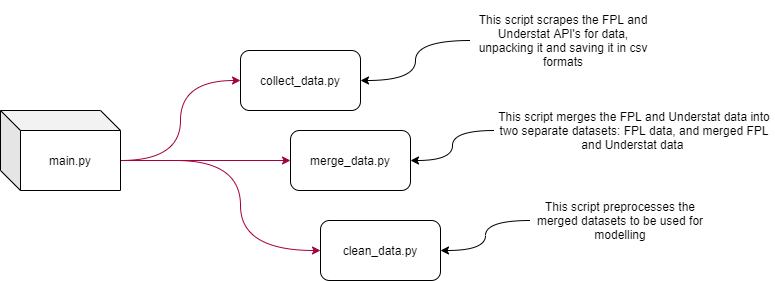
Before: fig/flow_img.png, a diagram exported from draw.io (Fransie-dev/FPL-Ensembling). Source tidied: cells renumbered, new cells last; positions are measured from the earlier drawing's top-left corner, leaving out a move shared by most shapes.
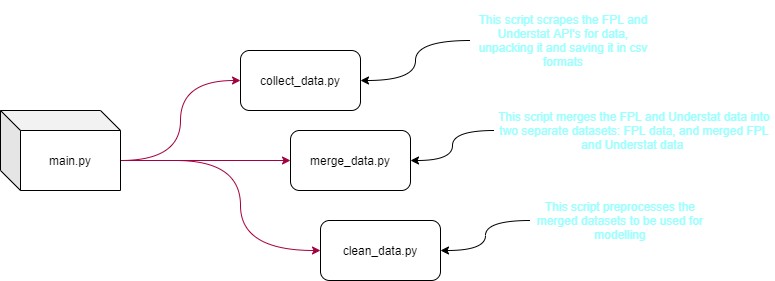
The same file after the commit.

Commit message:
update flow_img

Diff of the diagram source:
```diff
@@ -35,19 +35,19 @@
     <mxCell id="10" style="edgeStyle=orthogonalEdgeStyle;curved=1;jettySize=auto;html=1;exitX=0;exitY=0.5;exitDx=0;exitDy=0;entryX=1;entryY=0.5;entryDx=0;entryDy=0;strokeColor=none;dashed=1;strokeWidth=3;" parent="1" edge="1" source="11" target="3">
       <mxGeometry relative="1" as="geometry" />
     </mxCell>
-    <mxCell id="11" value="This script scrapes the FPL and Understat API's for data, unpacking it and saving it in csv formats" style="text;html=1;strokeColor=none;fillColor=none;align=center;verticalAlign=middle;whiteSpace=wrap;rounded=0;" parent="1" vertex="1">
+    <mxCell id="11" value="&lt;font color=&quot;#99ffff&quot;&gt;This script scrapes the FPL and Understat API's for data, unpacking it and saving it in csv formats&lt;/font&gt;" style="text;html=1;strokeColor=none;fillColor=none;align=center;verticalAlign=middle;whiteSpace=wrap;rounded=0;" parent="1" vertex="1">
       <mxGeometry x="470" width="186" height="80" as="geometry" />
     </mxCell>
     <mxCell id="12" style="edgeStyle=orthogonalEdgeStyle;curved=1;jettySize=auto;html=1;exitX=0;exitY=0.5;exitDx=0;exitDy=0;entryX=1;entryY=0.5;entryDx=0;entryDy=0;strokeWidth=1;" parent="1" edge="1" source="13" target="4">
       <mxGeometry relative="1" as="geometry" />
     </mxCell>
-    <mxCell id="13" value="This script merges the FPL and Understat data into two separate datasets: FPL data, and merged FPL and Understat data&amp;nbsp;" style="text;html=1;strokeColor=none;fillColor=none;align=center;verticalAlign=middle;whiteSpace=wrap;rounded=0;" parent="1" vertex="1">
+    <mxCell id="13" value="&lt;font color=&quot;#99ffff&quot;&gt;This script merges the FPL and Understat data into two separate datasets: FPL data, and merged FPL and Understat data&amp;nbsp;&lt;/font&gt;" style="text;html=1;strokeColor=none;fillColor=none;align=center;verticalAlign=middle;whiteSpace=wrap;rounded=0;" parent="1" vertex="1">
       <mxGeometry x="494" y="80" width="280" height="100" as="geometry" />
     </mxCell>
     <mxCell id="14" style="edgeStyle=orthogonalEdgeStyle;curved=1;jettySize=auto;html=1;exitX=0;exitY=0.5;exitDx=0;exitDy=0;entryX=1;entryY=0.5;entryDx=0;entryDy=0;strokeWidth=1;" parent="1" edge="1" source="15" target="5">
       <mxGeometry relative="1" as="geometry" />
     </mxCell>
-    <mxCell id="15" value="This script preprocesses the merged datasets to be used for modelling" style="text;html=1;strokeColor=none;fillColor=none;align=center;verticalAlign=middle;whiteSpace=wrap;rounded=0;" parent="1" vertex="1">
+    <mxCell id="15" value="&lt;font color=&quot;#99ffff&quot;&gt;This script preprocesses the merged datasets to be used for modelling&lt;/font&gt;" style="text;html=1;strokeColor=none;fillColor=none;align=center;verticalAlign=middle;whiteSpace=wrap;rounded=0;" parent="1" vertex="1">
       <mxGeometry x="530" y="190" width="180" height="60" as="geometry" />
     </mxCell>
   </root>
```
